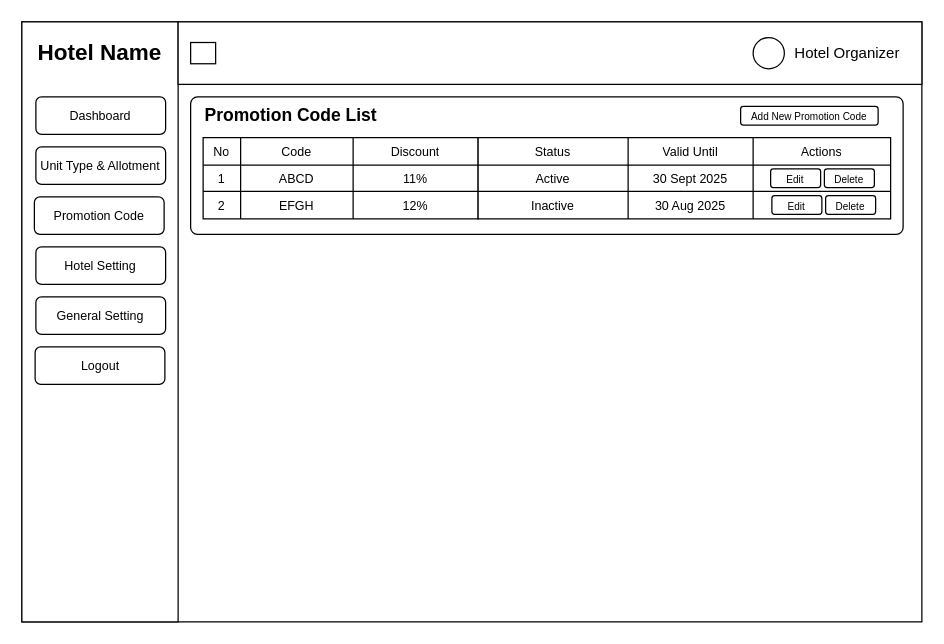
The draw.io diagram diagram/antarmuka/hotel-organizer/promotion-code.drawio in Hans-Star18/ta-booking-system, before the edit. Source tidied: cells renumbered, new cells numbered last; positions are measured from the earlier drawing's top-left corner, leaving out a move shared by most shapes. Both pictures are drawn from the tidied source at 125%, with x=0, y=0 at pixel (21, 21).
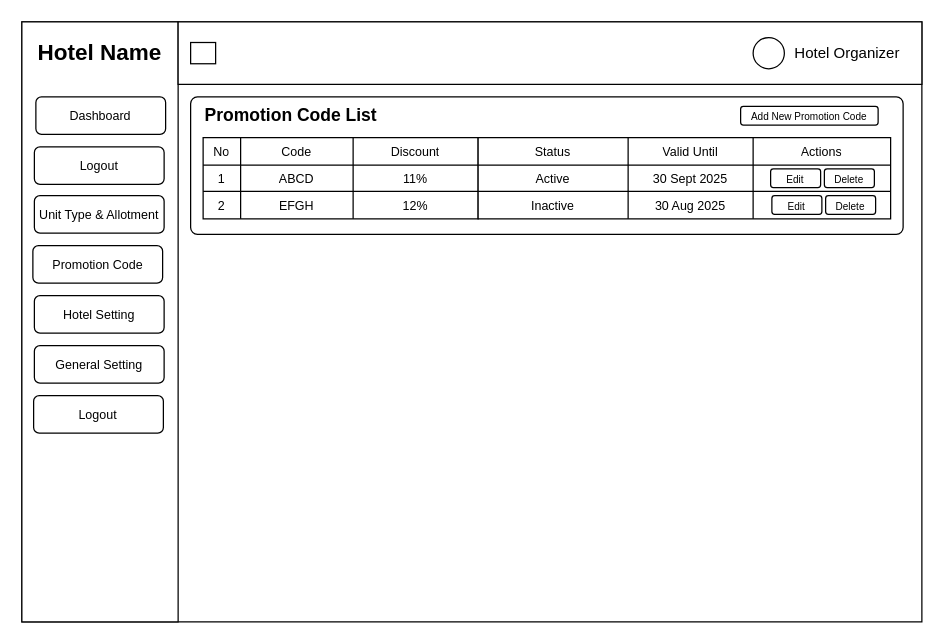
Above is the later version.

The edit, as a diff of the source:
```diff
@@
     <mxCell id="11" value="&lt;font style=&quot;font-size: 10px;&quot;&gt;Unit Type &amp;amp; Allotment&lt;/font&gt;" style="rounded=1;whiteSpace=wrap;html=1;" parent="1" vertex="1">
-      <mxGeometry x="11.2" y="100" width="103.8" height="30" as="geometry" />
+      <mxGeometry x="10" y="139" width="103.8" height="30" as="geometry" />
     </mxCell>
     <mxCell id="12" value="&lt;font style=&quot;font-size: 10px;&quot;&gt;Promotion Code&lt;/font&gt;" style="rounded=1;whiteSpace=wrap;html=1;" parent="1" vertex="1">
-      <mxGeometry x="10" y="140" width="103.8" height="30" as="geometry" />
+      <mxGeometry x="8.8" y="179" width="103.8" height="30" as="geometry" />
     </mxCell>
     <mxCell id="13" value="&lt;font style=&quot;font-size: 10px;&quot;&gt;General Setting&lt;/font&gt;" style="rounded=1;whiteSpace=wrap;html=1;" parent="1" vertex="1">
-      <mxGeometry x="11.2" y="220" width="103.8" height="30" as="geometry" />
+      <mxGeometry x="10" y="259" width="103.8" height="30" as="geometry" />
     </mxCell>
     <mxCell id="14" value="&lt;font style=&quot;font-size: 10px;&quot;&gt;Hotel Setting&lt;/font&gt;" style="rounded=1;whiteSpace=wrap;html=1;" parent="1" vertex="1">
-      <mxGeometry x="11.2" y="180" width="103.8" height="30" as="geometry" />
+      <mxGeometry x="10" y="219" width="103.8" height="30" as="geometry" />
     </mxCell>
     <mxCell id="15" value="&lt;font style=&quot;font-size: 10px;&quot;&gt;Logout&lt;/font&gt;" style="rounded=1;whiteSpace=wrap;html=1;" parent="1" vertex="1">
-      <mxGeometry x="10.6" y="260" width="103.8" height="30" as="geometry" />
+      <mxGeometry x="9.4" y="299" width="103.8" height="30" as="geometry" />
     </mxCell>
@@
+    <mxCell id="49" value="&lt;font style=&quot;font-size: 10px;&quot;&gt;Logout&lt;/font&gt;" style="rounded=1;whiteSpace=wrap;html=1;" parent="1" vertex="1">
+      <mxGeometry x="10" y="100" width="103.8" height="30" as="geometry" />
+    </mxCell>
```
